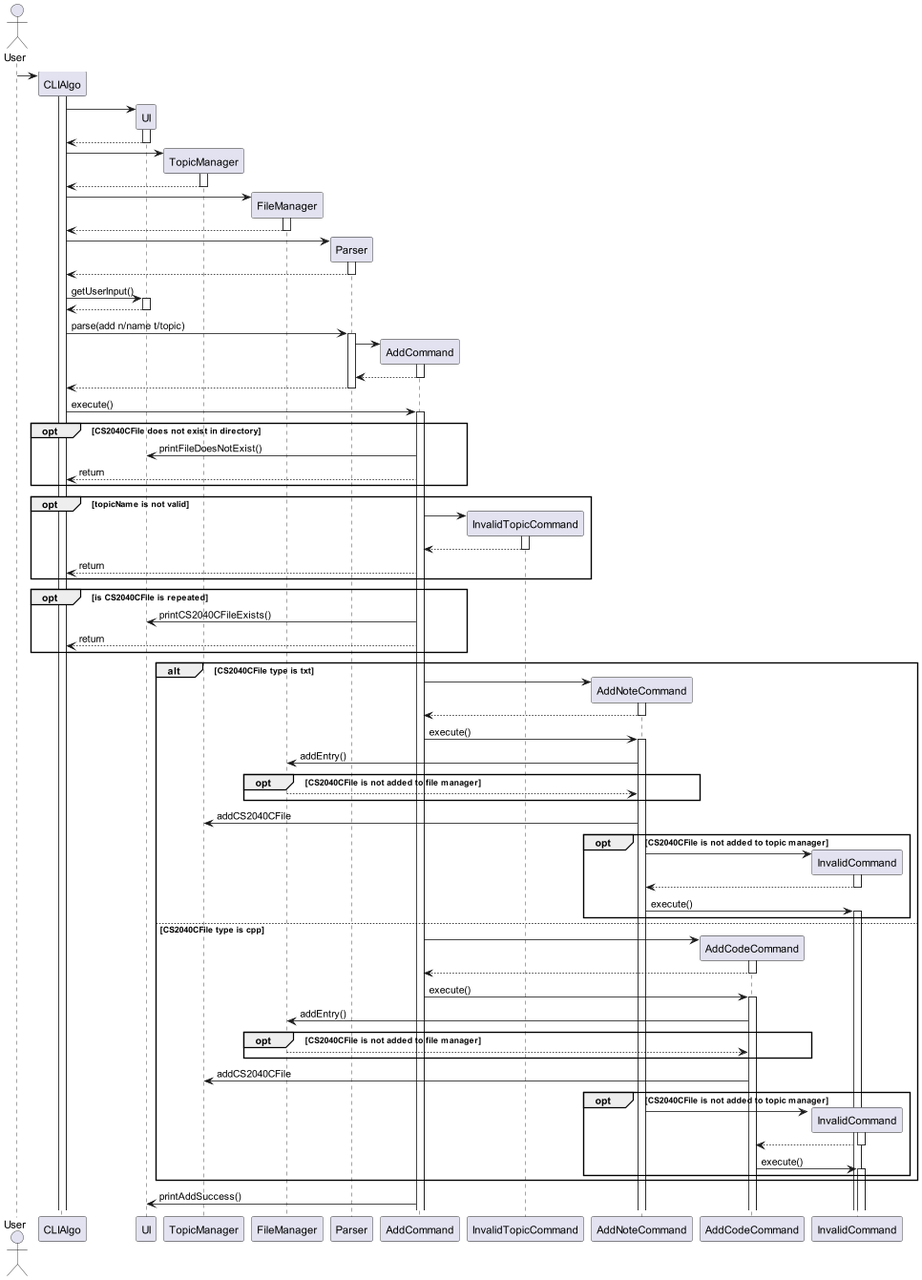
Before: docs/sequence/diagrams/AddFeature.png, a diagram exported from PlantUML (ong-ck/tp).
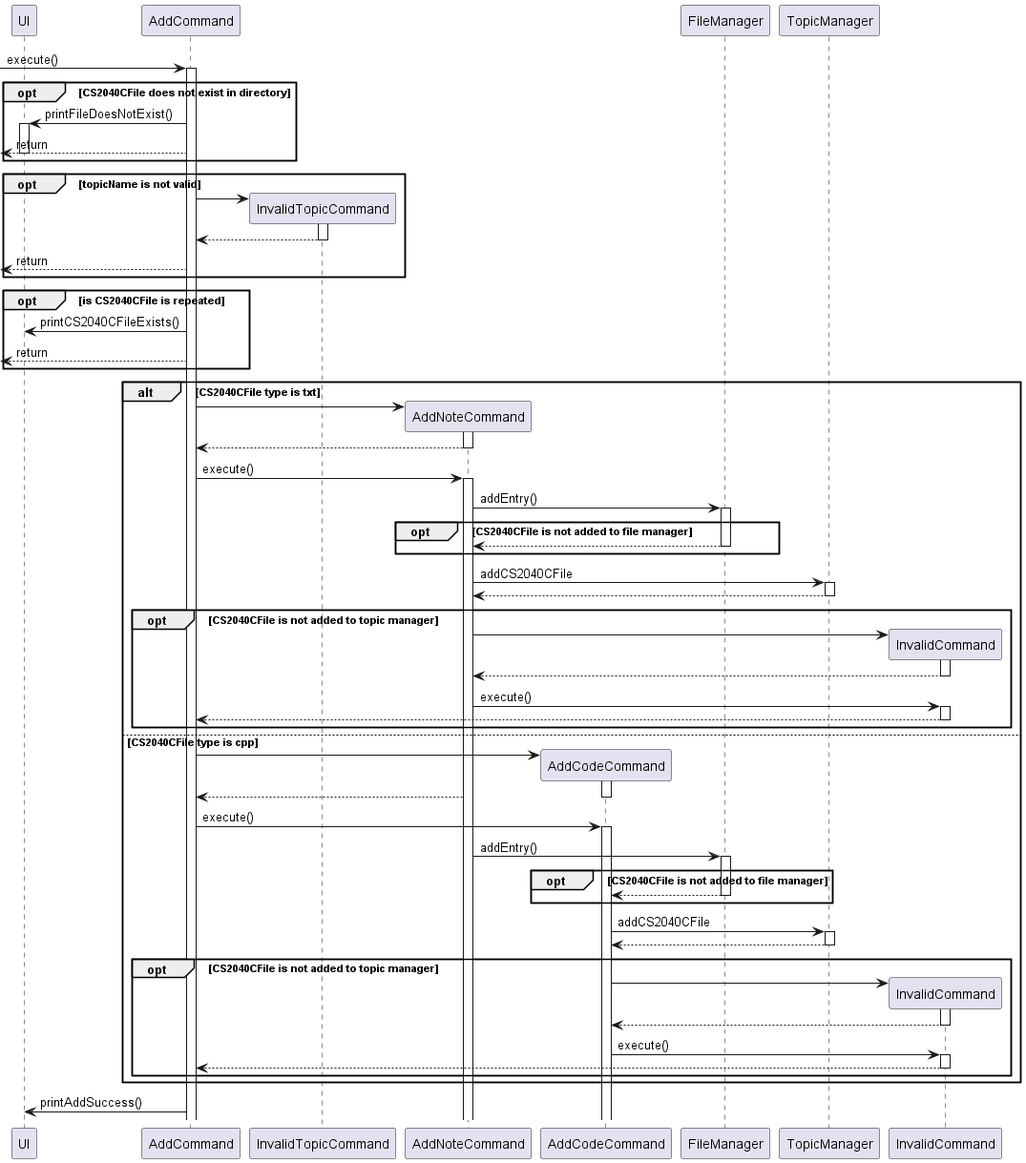
The same diagram one commit later.

The edit, as a diff of the source:
```diff
@@ -1,72 +1,31 @@
 @startuml
 
-actor User as u
-participant CLIAlgo as cli
+
+
 participant UI as ui
-participant TopicManager as tm
-participant FileManager as fm
-participant Parser as p
 participant AddCommand as a
 participant InvalidTopicCommand as it
 participant AddNoteCommand as an
 participant AddCodeCommand as ac
-participant InvalidCommand as ic
 
-u -> cli **
-activate cli
-
-cli -> ui **
-activate ui
-ui --> cli
-deactivate ui
-
-cli -> tm **
-activate tm
-tm --> cli
-deactivate tm
-
-cli -> fm **
-activate fm
-fm --> cli
-deactivate fm
-
-
-cli -> p **
-activate p
-p --> cli
-deactivate p
-
-cli -> ui : getUserInput()
-activate ui
-ui --> cli
-deactivate ui
-
-
-cli -> p : parse(add n/name t/topic)
-activate p
-p -> a **
-activate a
-a --> p
-deactivate a
-p --> cli
-deactivate p
-
-cli -> a : execute()
+-> a : execute()
 activate a
     opt CS2040CFile does not exist in directory
         a -> ui : printFileDoesNotExist()
-        a --> cli : return
+        activate ui
+        <-- a : return
+        deactivate ui
     end
     opt topicName is not valid
         a -> it **
         activate it
         it --> a
         deactivate it
-        a --> cli : return
+        <-- a : return
     end
     opt is CS2040CFile is repeated
         a -> ui : printCS2040CFileExists()
-        a --> cli : return
+        <-- a : return
     end
     alt CS2040CFile type is txt
         a -> an **
@@ -74,39 +33,58 @@
         an --> a
         deactivate an
         a -> an : execute()
+        participant FileManager as fm
         activate an
         an -> fm : addEntry()
+        activate fm
         opt CS2040CFile is not added to file manager
             fm --> an
+            deactivate fm
         end
+        participant TopicManager as tm
         an -> tm : addCS2040CFile
+        activate tm
+        tm --> an
+        deactivate tm
         opt CS2040CFile is not added to topic manager
+        participant InvalidCommand as ic
             an -> ic **
             activate ic
             ic --> an
             deactivate ic
+
             an -> ic : execute()
             activate ic
+            ic --> a
+            deactivate ic
         end
     else CS2040CFile type is cpp
         a -> ac **
         activate ac
-        ac --> a
+        an --> a
         deactivate ac
         a -> ac : execute()
         activate ac
-        ac -> fm : addEntry()
+        an -> fm : addEntry()
+        activate fm
         opt CS2040CFile is not added to file manager
             fm --> ac
+            deactivate fm
         end
         ac -> tm : addCS2040CFile
+        activate tm
+        tm --> ac
+        deactivate tm
         opt CS2040CFile is not added to topic manager
-            an -> ic **
+            ac -> ic **
             activate ic
             ic --> ac
             deactivate ic
+
             ac -> ic : execute()
             activate ic
+            ic --> a
+            deactivate ic
         end
     end
 
```
